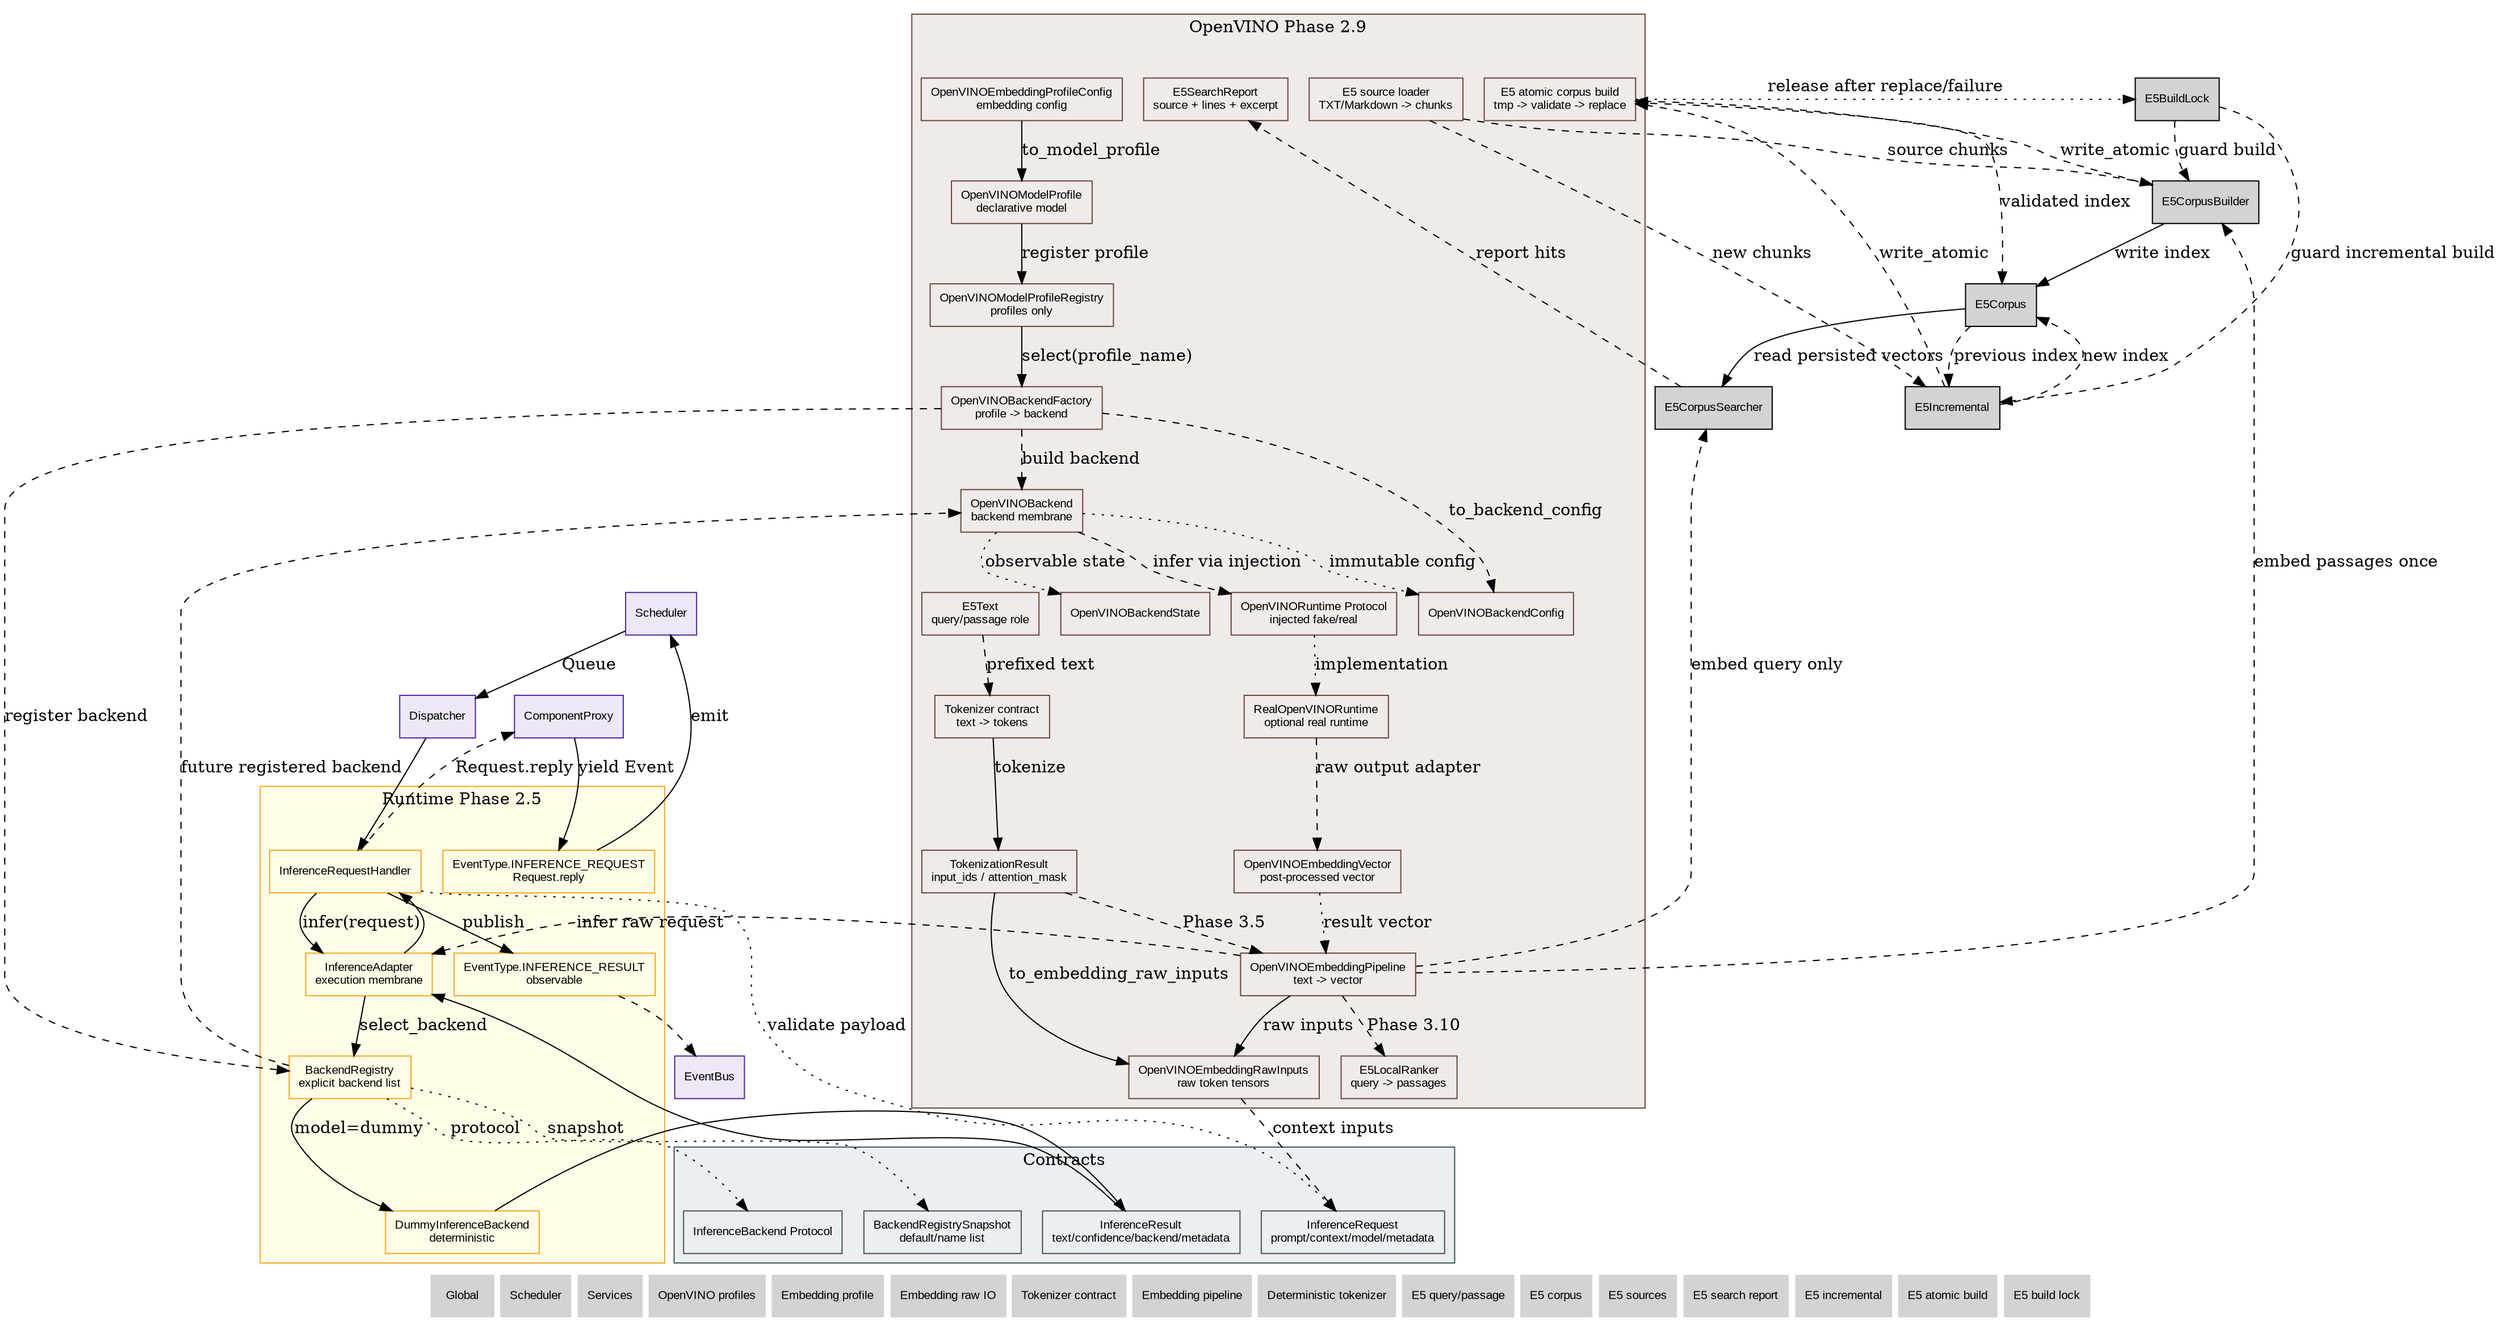
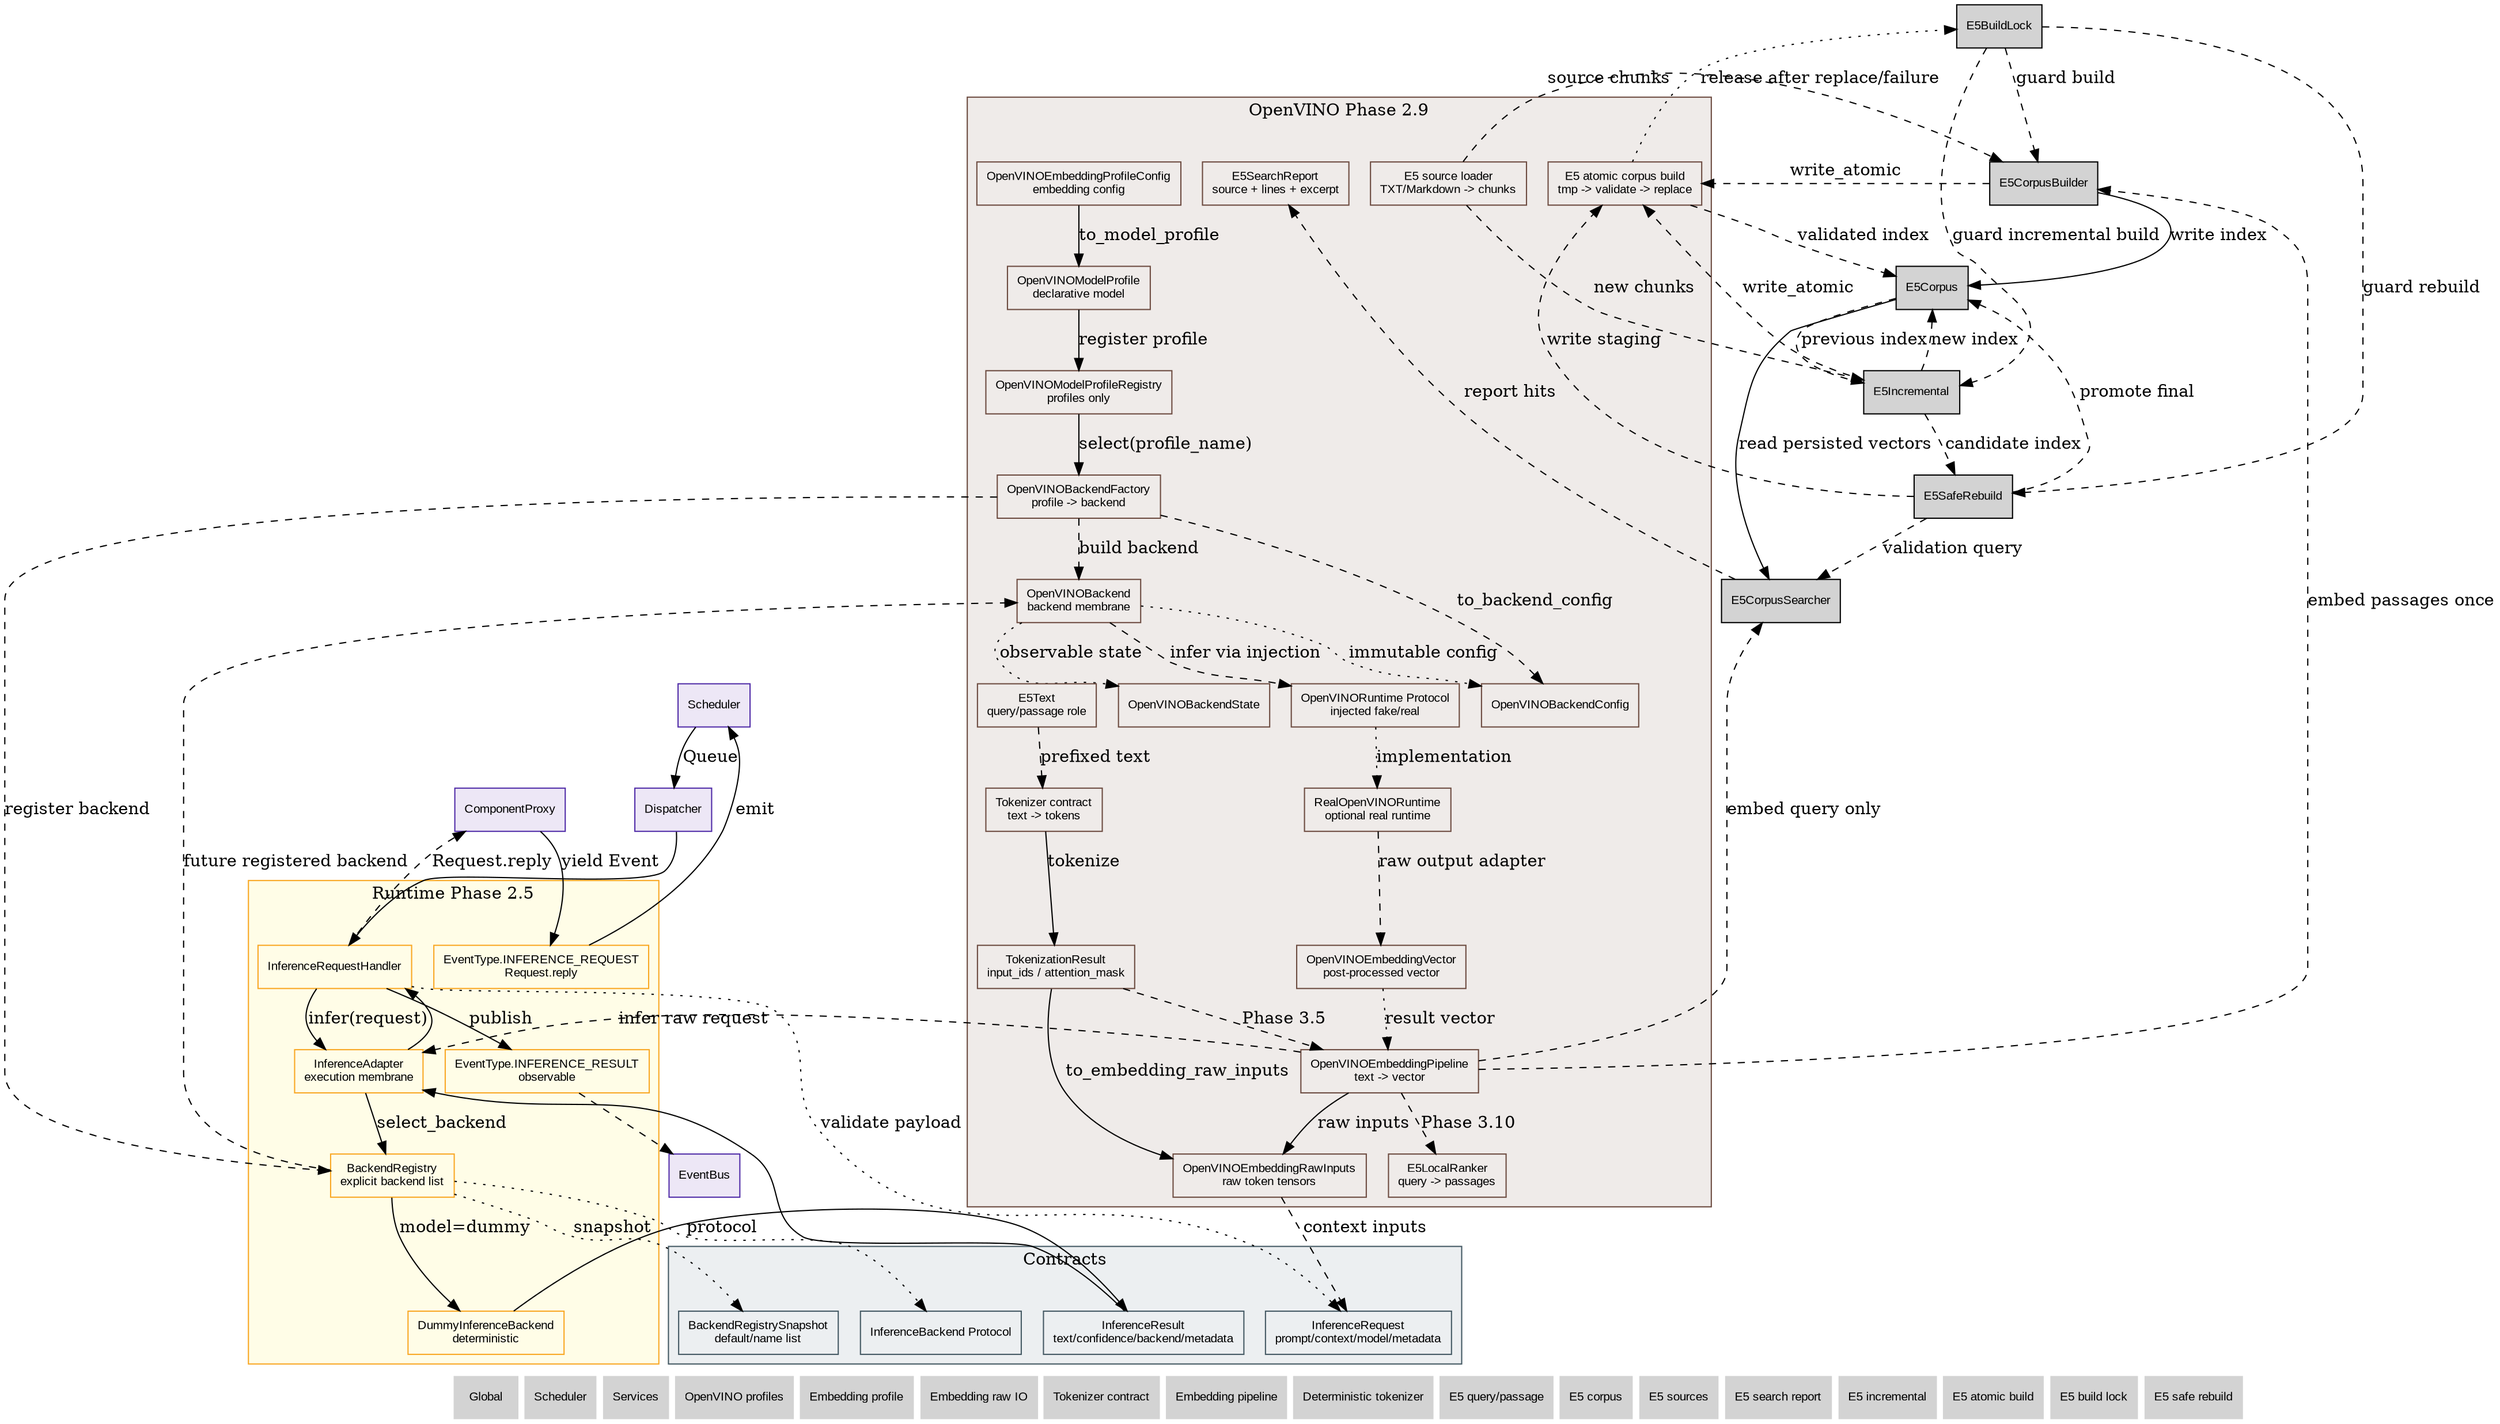
digraph Inference {
    // ROADMAP_ID: inference
    // ROADMAP_PARENT: 00_global.dot

    rankdir=TB;
    node [shape=box, style=filled, fontname="Arial", fontsize=10];

    // ROADMAP_NOTE[phase2_9]:
    // OpenVINOBackend possède maintenant un runtime réel optionnel isolé dans
    // inference/openvino_runtime.py. Le Scheduler, le Dispatcher et
    // ComponentProxy ne changent pas. Aucun modèle n'est imposé : le runtime
    // exécute uniquement des entrées OpenVINO brutes.

    // ROADMAP_NOTE[phase3_0]:
    // Les profils OpenVINO séparent le choix déclaratif des modèles de
    // BackendRegistry. On peut préparer embedding/generation/raw sans imposer
    // de tokenizer ni instancier OpenVINO.

    // ROADMAP_NOTE[phase3_1]:
    // OpenVINOBackendFactory devient le pont explicite entre profils déclarés
    // et backends enregistrés. Aucun fallback modèle n'est ajouté.

    // ROADMAP_NOTE[phase3_2]:
    // OpenVINOEmbeddingProfileConfig fournit une configuration de profil
    // embedding sans modèle local imposé et sans tokenizer intégré.

    // ROADMAP_NOTE[phase3_3]:
    // La couche embedding raw sépare tokens déjà préparés, inputs OpenVINO
    // bruts, pooling/normalisation et vecteur final. Aucun tokenizer ni
    // modèle précis n'est imposé.

    // ROADMAP_NOTE[phase3_4]:
    // Le contrat tokenizer ajoute la membrane texte -> TokenizationResult ->
    // OpenVINOEmbeddingRawInputs sans imposer Hugging Face, SentencePiece ou
    // un modèle local.

    // ROADMAP_NOTE[phase3_5]:
    // OpenVINOEmbeddingPipeline assemble tokenizer injectable, raw inputs,
    // InferenceAdapter et output adapter en chemin direct mono-texte. Le
    // Scheduler ne reçoit aucune nouvelle responsabilité.

    // ROADMAP_NOTE[phase3_6]:
    // DeterministicTokenizer fournit un tokenizer concret minimal de test,
    // pure stdlib, pour valider le pipeline sans choisir de vrai tokenizer
    // modèle. Il ne revendique aucune compatibilité BGE/E5/MiniLM.

    // ROADMAP_NOTE[phase3_10]:
    // Le contrat E5 query/passage rend explicite le rôle du texte avant
    // tokenization et ajoute un mini-ranker local query -> passages -> scores
    // avant Qdrant.

    // ROADMAP_NOTE[phase3_12]:
    // E5CorpusIndex persiste les embeddings de passages localement. La query
    // reste calculée à la demande, mais les passages ne sont plus recalculés
    // à chaque recherche. Qdrant reste une étape ultérieure.

    // ROADMAP_NOTE[phase3_13]:
    // E5SourceDocument et E5TextChunk ajoutent l'ingestion locale de fichiers
    // TXT/Markdown. Le découpage source -> chunks -> E5CorpusDocument reste
    // déterministe, hors Scheduler et avant Qdrant.
    // ROADMAP_NOTE[phase3_14]:
    // E5SearchReport enrichit les hits du corpus avec contexte source, lignes
    // et extrait stable pour rendre la recherche locale exploitable.

    // ROADMAP_NOTE[phase3_15]:
    // E5IncrementalCorpusBuilder évite de recalculer les embeddings des chunks
    // inchangés en comparant une empreinte stable document.id + texte préfixé.

    // ROADMAP_NOTE[phase3_16]:
    // E5CorpusJsonStore.write_atomic protège le corpus local : écriture dans
    // un fichier temporaire voisin, relecture, validation, puis Path.replace.

    // ROADMAP_NOTE[phase3_17]:
    // E5CorpusBuildLock ajoute un verrou fichier exclusif pendant tout le
    // build afin d'éviter deux reconstructions concurrentes du même corpus.
+ 
+     // ROADMAP_NOTE[phase3_18]:
+     // E5SafeRebuild ajoute une commande opérationnelle staging -> validation
+     // -> promotion finale pour éviter les mv manuels après build incrémental.

    subgraph cluster_contracts {
        label="Contracts";
        color="#455a64";
        bgcolor="#eceff1";
        node [fillcolor="#eceff1", color="#455a64"];
        InferenceRequest [label="InferenceRequest\nprompt/context/model/metadata"];
        InferenceResult [label="InferenceResult\ntext/confidence/backend/metadata"];
        InferenceBackend [label="InferenceBackend Protocol"];
        RegistrySnapshot [label="BackendRegistrySnapshot\ndefault/name list"];
    }

    subgraph cluster_runtime {
        label="Runtime Phase 2.5";
        color="#f9a825";
        bgcolor="#fffde7";
        node [fillcolor="#fffde7", color="#f9a825"];
        EventRequest [label="EventType.INFERENCE_REQUEST\nRequest.reply"];
        Handler [label="InferenceRequestHandler"];
        Adapter [label="InferenceAdapter\nexecution membrane"];
        Registry [label="BackendRegistry\nexplicit backend list"];
        Dummy [label="DummyInferenceBackend\ndeterministic"];
        EventResult [label="EventType.INFERENCE_RESULT\nobservable"];
    }

    subgraph cluster_openvino_contract {
        label="OpenVINO Phase 2.9";
        color="#6d4c41";
        bgcolor="#efebe9";
        node [fillcolor="#efebe9", color="#6d4c41"];
        OpenVINO [label="OpenVINOBackend\nbackend membrane", URL="41_openvino_backend.svg"];
        OpenVINOConfig [label="OpenVINOBackendConfig"];
        OpenVINOState [label="OpenVINOBackendState"];
        OpenVINORuntime [label="OpenVINORuntime Protocol\ninjected fake/real"];
        RealRuntime [label="RealOpenVINORuntime\noptional real runtime", URL="42_openvino_runtime.svg"];
        ModelProfile [label="OpenVINOModelProfile\ndeclarative model", URL="43_openvino_profiles.svg"];
        ProfileRegistry [label="OpenVINOModelProfileRegistry\nprofiles only", URL="43_openvino_profiles.svg"];
        BackendFactory [label="OpenVINOBackendFactory\nprofile -> backend", URL="43_openvino_profiles.svg"];
        EmbeddingConfig [label="OpenVINOEmbeddingProfileConfig\nembedding config", URL="44_openvino_embedding_profile.svg"];
        EmbeddingRaw [label="OpenVINOEmbeddingRawInputs\nraw token tensors", URL="45_openvino_embedding_raw.svg"];
        EmbeddingVector [label="OpenVINOEmbeddingVector\npost-processed vector", URL="45_openvino_embedding_raw.svg"];
        TokenizerContract [label="Tokenizer contract\ntext -> tokens", URL="46_tokenizer_contract.svg"];
        TokenizationResult [label="TokenizationResult\ninput_ids / attention_mask", URL="46_tokenizer_contract.svg"];
        EmbeddingPipeline [label="OpenVINOEmbeddingPipeline\ntext -> vector", URL="47_openvino_embedding_pipeline.svg"];
        E5Text [label="E5Text\nquery/passage role", URL="49_e5_query_passage.svg"];
        E5Ranker [label="E5LocalRanker\nquery -> passages", URL="49_e5_query_passage.svg"];
        E5Sources [label="E5 source loader\nTXT/Markdown -> chunks", URL="51_e5_sources.svg"];
        E5SearchReport [label="E5SearchReport\nsource + lines + excerpt", URL="52_e5_search_report.svg"];
        E5AtomicBuild [label="E5 atomic corpus build\ntmp -> validate -> replace", URL="54_e5_atomic_build.svg"];
    }

    Scheduler [fillcolor="#ede7f6", color="#512da8", URL="../scheduler/10_scheduler.svg"];
    Dispatcher [fillcolor="#ede7f6", color="#512da8", URL="../scheduler/dispatcher/11_dispatcher.svg"];
    ComponentProxy [fillcolor="#ede7f6", color="#512da8", URL="../scheduler/component_proxy/14_component_proxy.svg"];
    EventBus [fillcolor="#ede7f6", color="#512da8", URL="../scheduler/event_bus/12_event_bus.svg"];

    ComponentProxy -> EventRequest [label="yield Event"];
    EventRequest -> Scheduler [label="emit"];
    Scheduler -> Dispatcher [label="Queue"];
    Dispatcher -> Handler;
    Handler -> InferenceRequest [style=dotted, label="validate payload"];
    Handler -> Adapter [label="infer(request)"];
    Adapter -> Registry [label="select_backend"];
    Registry -> RegistrySnapshot [style=dotted, label="snapshot"];
    Registry -> InferenceBackend [style=dotted, label="protocol"];
    Registry -> Dummy [label="model=dummy"];
    Dummy -> InferenceResult;
    InferenceResult -> Adapter;
    Adapter -> Handler;
    Handler -> ComponentProxy [label="Request.reply", style=dashed];
    Handler -> EventResult [label="publish"];
    EventResult -> EventBus [style=dashed];

    Registry -> OpenVINO [style=dashed, label="future registered backend"];
    OpenVINO -> OpenVINOConfig [style=dotted, label="immutable config"];
    OpenVINO -> OpenVINOState [style=dotted, label="observable state"];
    OpenVINO -> OpenVINORuntime [style=dashed, label="infer via injection"];
    OpenVINORuntime -> RealRuntime [style=dotted, label="implementation"];
    EmbeddingConfig -> ModelProfile [label="to_model_profile"];
    E5Text -> TokenizerContract [style=dashed, label="prefixed text"];
    TokenizerContract -> TokenizationResult [label="tokenize"];
    TokenizationResult -> EmbeddingRaw [label="to_embedding_raw_inputs"];
    TokenizationResult -> EmbeddingPipeline [style=dashed, label="Phase 3.5"];
    EmbeddingPipeline -> EmbeddingRaw [label="raw inputs"];
    EmbeddingRaw -> InferenceRequest [style=dashed, label="context inputs"];
    EmbeddingPipeline -> Adapter [style=dashed, label="infer raw request"];
    RealRuntime -> EmbeddingVector [style=dashed, label="raw output adapter"];
    EmbeddingVector -> EmbeddingPipeline [style=dotted, label="result vector"];
    EmbeddingPipeline -> E5Ranker [style=dashed, label="Phase 3.10"];
    E5Sources -> E5CorpusBuilder [style=dashed, label="source chunks"];
    EmbeddingPipeline -> E5CorpusBuilder [style=dashed, label="embed passages once"];
    E5Corpus -> E5Incremental [style=dashed, label="previous index"];
    E5Sources -> E5Incremental [style=dashed, label="new chunks"];
    E5Incremental -> E5Corpus [style=dashed, label="new index"];
    E5BuildLock -> E5CorpusBuilder [style=dashed, label="guard build"];
    E5BuildLock -> E5Incremental [style=dashed, label="guard incremental build"];
    E5CorpusBuilder -> E5AtomicBuild [style=dashed, label="write_atomic"];
    E5Incremental -> E5AtomicBuild [style=dashed, label="write_atomic"];
    E5AtomicBuild -> E5Corpus [style=dashed, label="validated index"];
    E5AtomicBuild -> E5BuildLock [style=dotted, label="release after replace/failure"];
+     E5BuildLock -> E5SafeRebuild [style=dashed, label="guard rebuild"];
+     E5Incremental -> E5SafeRebuild [style=dashed, label="candidate index"];
+     E5SafeRebuild -> E5AtomicBuild [style=dashed, label="write staging"];
+     E5SafeRebuild -> E5CorpusSearcher [style=dashed, label="validation query"];
+     E5SafeRebuild -> E5Corpus [style=dashed, label="promote final"];
    EmbeddingPipeline -> E5CorpusSearcher [style=dashed, label="embed query only"];
    E5CorpusBuilder -> E5Corpus [label="write index"];
    E5Corpus -> E5CorpusSearcher [label="read persisted vectors"];
    E5CorpusSearcher -> E5SearchReport [style=dashed, label="report hits"];
    ModelProfile -> ProfileRegistry [label="register profile"];
    ProfileRegistry -> BackendFactory [label="select(profile_name)"];
    BackendFactory -> OpenVINOConfig [style=dashed, label="to_backend_config"];
    BackendFactory -> OpenVINO [style=dashed, label="build backend"];
    BackendFactory -> Registry [style=dashed, label="register backend"];

    Nav_Global [label="Global", shape=plaintext, URL="../00_global.svg"];
    Nav_Scheduler [label="Scheduler", shape=plaintext, URL="../scheduler/10_scheduler.svg"];
    Nav_Services [label="Services", shape=plaintext, URL="../services/30_services.svg"];
    Nav_Profiles [label="OpenVINO profiles", shape=plaintext, URL="43_openvino_profiles.svg"];
    Nav_Embedding [label="Embedding profile", shape=plaintext, URL="44_openvino_embedding_profile.svg"];
    Nav_EmbeddingRaw [label="Embedding raw IO", shape=plaintext, URL="45_openvino_embedding_raw.svg"];
    Nav_Tokenizer [label="Tokenizer contract", shape=plaintext, URL="46_tokenizer_contract.svg"];
    Nav_Pipeline [label="Embedding pipeline", shape=plaintext, URL="47_openvino_embedding_pipeline.svg"];
    Nav_TestTokenizer [label="Deterministic tokenizer", shape=plaintext, URL="48_deterministic_tokenizer.svg"];
    Nav_E5QueryPassage [label="E5 query/passage", shape=plaintext, URL="49_e5_query_passage.svg"];
    Nav_E5Corpus [label="E5 corpus", shape=plaintext, URL="50_e5_corpus.svg"];
    Nav_E5Sources [label="E5 sources", shape=plaintext, URL="51_e5_sources.svg"];
    Nav_E5SearchReport [label="E5 search report", shape=plaintext, URL="52_e5_search_report.svg"];
    Nav_E5Incremental [label="E5 incremental", shape=plaintext, URL="53_e5_incremental.svg"];
    Nav_E5Atomic [label="E5 atomic build", shape=plaintext, URL="54_e5_atomic_build.svg"];
    Nav_E5BuildLock [label="E5 build lock", shape=plaintext, URL="55_e5_build_lock.svg"];
- 
-     { rank=sink; Nav_Global; Nav_Scheduler; Nav_Services; Nav_Profiles; Nav_Embedding; Nav_EmbeddingRaw; Nav_Tokenizer; Nav_Pipeline; Nav_TestTokenizer; Nav_E5QueryPassage; Nav_E5Corpus; Nav_E5Sources; Nav_E5SearchReport; Nav_E5Incremental; Nav_E5Atomic; Nav_E5BuildLock; }
+     Nav_E5SafeRebuild [label="E5 safe rebuild", shape=plaintext, URL="56_e5_safe_rebuild.svg"];
+ 
+     { rank=sink; Nav_Global; Nav_Scheduler; Nav_Services; Nav_Profiles; Nav_Embedding; Nav_EmbeddingRaw; Nav_Tokenizer; Nav_Pipeline; Nav_TestTokenizer; Nav_E5QueryPassage; Nav_E5Corpus; Nav_E5Sources; Nav_E5SearchReport; Nav_E5Incremental; Nav_E5Atomic; Nav_E5BuildLock; Nav_E5SafeRebuild; }
}
